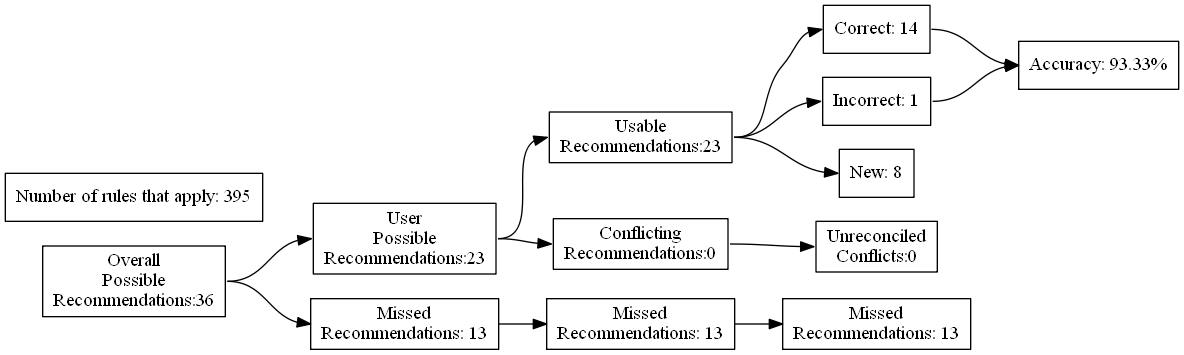
The Graphviz diagram test_renders/28.gv.png in ZaxR/ibd_diet_analysis, before a commit. Its source is kept beside it as test_renders/28.gv.
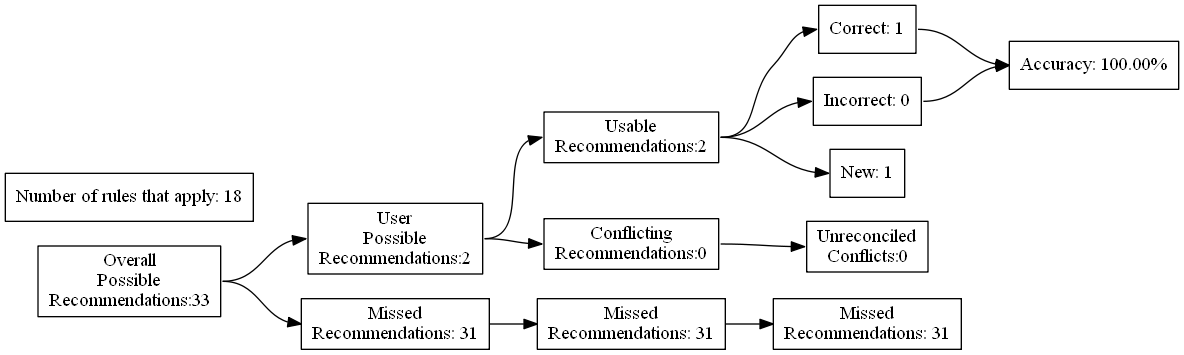
After the change.

Diff of the diagram source:
```diff
@@ -4,27 +4,27 @@
 	edge [headport=w tailport=e]
 		A [label="Overall
 Possible
-Recommendations:36"]
+Recommendations:33"]
 		B [label="User
 Possible
-Recommendations:23"]
+Recommendations:2"]
 		C [label="Missed
-Recommendations: 13"]
+Recommendations: 31"]
 		D [label="Usable
-Recommendations:23"]
+Recommendations:2"]
 		E [label="Conflicting
 Recommendations:0"]
 		J [label="Missed
-Recommendations: 13"]
+Recommendations: 31"]
 		M [label="Unreconciled
 Conflicts:0"]
-		F [label="Correct: 14"]
-		G [label="Incorrect: 1"]
-		H [label="New: 8"]
+		F [label="Correct: 1"]
+		G [label="Incorrect: 0"]
+		H [label="New: 1"]
 		K [label="Missed
-Recommendations: 13"]
-		I [label="Accuracy: 93.33%"]
-		l [label="Number of rules that apply: 395"]
+Recommendations: 31"]
+		I [label="Accuracy: 100.00%"]
+		l [label="Number of rules that apply: 18"]
 			A -> B
 			A -> C
 			B -> D
```
